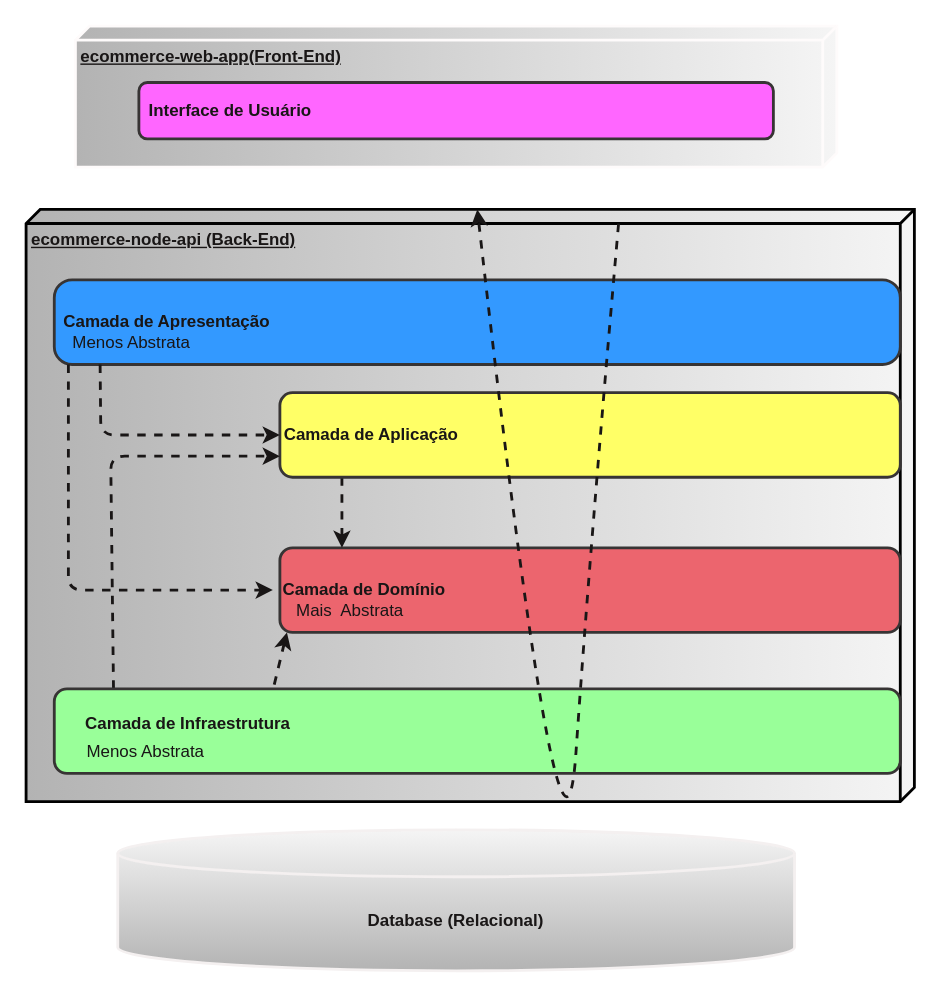
The draw.io diagram page "Arquitetura em Camadas" (1 of 2) of requirements/ecommerce-arquitetura.drawio in AdsonVicente/ecommerce-node-api, before the edit. Source tidied: cells renumbered, new cells numbered last; positions are measured from the earlier drawing's top-left corner, leaving out a move shared by most shapes. Both pictures are drawn from the tidied source at 141%, with x=0, y=0 at pixel (25, 25).
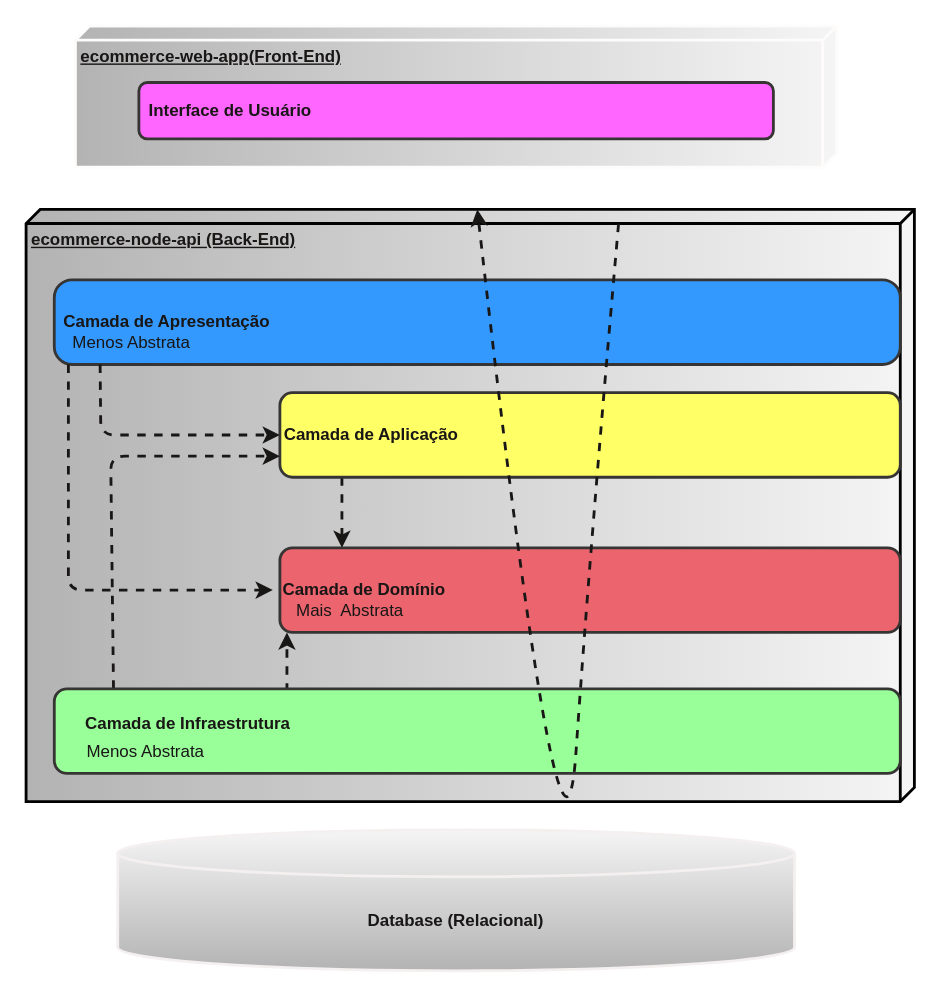
Above is the later version.

Commit message:
implementação arquitetura Hexagonal

Unchanged cells that the change refers to:
```xml
<mxCell id="17" style="rounded=1;whiteSpace=wrap;html=1;strokeColor=#373434;strokeWidth=2;fontColor=#191616;fillColor=#99FF99;points=[[0,0,0,0,0],[0,0.25,0,0,0],[0,0.5,0,0,0],[0,0.75,0,0,0],[0,1,0,0,0],[0.07,0,0,0,0],[0.25,1,0,0,0],[0.26,0,0,0,-3],[0.5,1,0,0,0],[0.75,0,0,0,0],[0.75,1,0,0,0],[1,0,0,0,0],[1,0.25,0,0,0],[1,0.5,0,0,0],[1,0.75,0,0,0],[1,1,0,0,0]];" parent="1" vertex="1">
  <mxGeometry x="20" y="470" width="600" height="60" as="geometry" />
</mxCell>
<mxCell id="19" value="Mais&amp;nbsp; Abstrata" style="text;html=1;strokeColor=none;fillColor=none;align=center;verticalAlign=middle;whiteSpace=wrap;rounded=0;strokeWidth=2;fontColor=#191616;" parent="1" vertex="1">
  <mxGeometry x="185" y="400" width="90" height="30" as="geometry" />
</mxCell>
```

The edit, as a diff of the source:
```diff
@@
-    <mxCell id="16" style="edgeStyle=none;html=1;exitX=0.26;exitY=0;exitDx=0;exitDy=-3;exitPerimeter=0;entryX=0;entryY=1;entryDx=0;entryDy=0;dashed=1;strokeColor=#191616;strokeWidth=2;fontColor=#191616;endArrow=classic;endFill=1;" parent="1" edge="1" source="17" target="19">
-      <mxGeometry relative="1" as="geometry" />
+    <mxCell id="16" style="edgeStyle=none;html=1;entryX=0;entryY=1;entryDx=0;entryDy=0;dashed=1;strokeColor=#191616;strokeWidth=2;fontColor=#191616;endArrow=classic;endFill=1;" parent="1" edge="1" target="19">
+      <mxGeometry relative="1" as="geometry">
+        <mxPoint x="185" y="472" as="sourcePoint" />
+      </mxGeometry>
     </mxCell>
```
